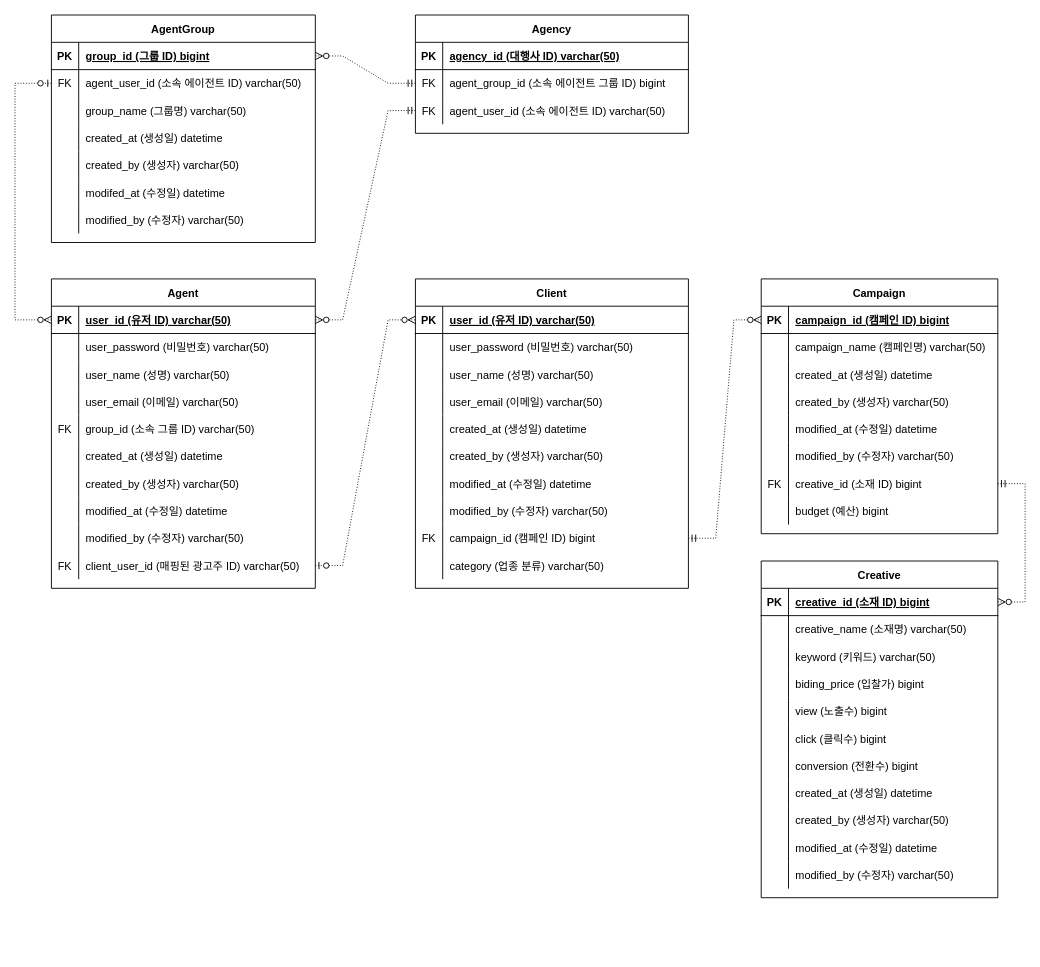
The draw.io diagram document/ERD.drawio in mrcocoball/cocoball-ad-platform-agency, before the edit. Source tidied: cells renumbered, new cells numbered last; positions are measured from the earlier drawing's top-left corner, leaving out a move shared by most shapes. Both pictures are drawn from the tidied source at 91%, with x=0, y=0 at pixel (-340, 15).
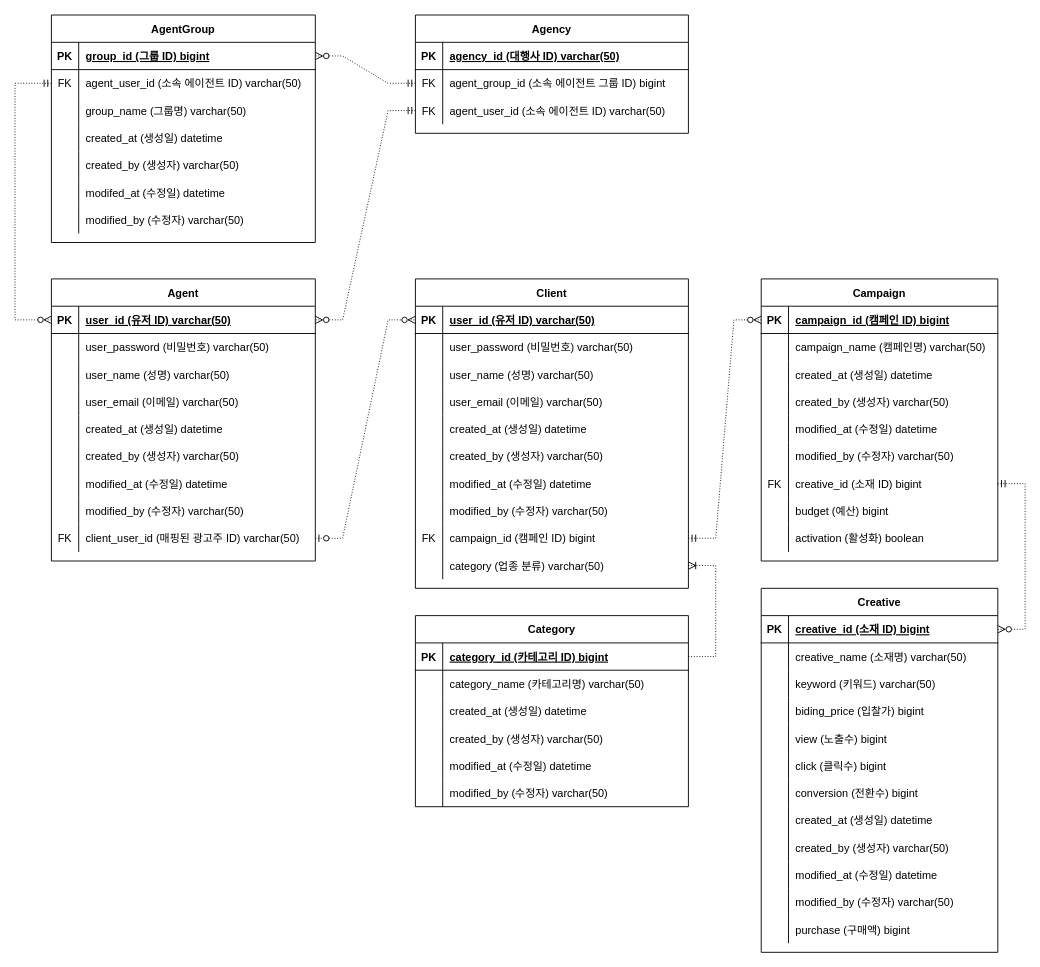
The same page after the edit.

The change refers to these unchanged cells:
```xml
<mxCell id="3" style="shape=tableRow;horizontal=0;startSize=0;swimlaneHead=0;swimlaneBody=0;fillColor=none;points=[[0,0.5],[1,0.5]];portConstraint=eastwest;top=0;left=0;right=0;bottom=1;" parent="2" vertex="1">
  <mxGeometry y="30" width="290" height="30" as="geometry" />
</mxCell>
<mxCell id="37" style="shape=tableRow;horizontal=0;startSize=0;swimlaneHead=0;swimlaneBody=0;fillColor=none;points=[[0,0.5],[1,0.5]];portConstraint=eastwest;top=0;left=0;right=0;bottom=0;" parent="33" vertex="1">
  <mxGeometry y="60" width="290" height="30" as="geometry" />
</mxCell>
<mxCell id="84" style="shape=tableRow;horizontal=0;startSize=0;swimlaneHead=0;swimlaneBody=0;fillColor=none;points=[[0,0.5],[1,0.5]];portConstraint=eastwest;top=0;left=0;right=0;bottom=0;" parent="56" vertex="1">
  <mxGeometry y="300" width="300" height="30" as="geometry" />
</mxCell>
```

Change to the diagram source:
```diff
@@
     <mxCell id="2" value="Agent" style="shape=table;startSize=30;childLayout=tableLayout;rowLines=0;fontStyle=1;align=center;" parent="1" vertex="1">
-      <mxGeometry x="430" y="290" width="290" height="340" as="geometry" />
+      <mxGeometry x="430" y="290" width="290" height="310" as="geometry" />
     </mxCell>
@@
-    <mxCell id="15" style="shape=tableRow;horizontal=0;startSize=0;swimlaneHead=0;swimlaneBody=0;fillColor=none;top=0;left=0;right=0;bottom=0;" parent="2" vertex="1">
-      <mxGeometry y="150" width="290" height="30" as="geometry" />
-    </mxCell>
-    <mxCell id="16" value="FK" style="shape=partialRectangle;fillColor=none;top=0;left=0;bottom=0;right=0;overflow=hidden;" parent="15" vertex="1">
-      <mxGeometry width="30" height="30" as="geometry" />
-    </mxCell>
-    <mxCell id="17" value="group_id (소속 그룹 ID) varchar(50)" style="shape=partialRectangle;fillColor=none;top=0;left=0;bottom=0;right=0;align=left;spacingLeft=6;overflow=hidden;" parent="15" vertex="1">
-      <mxGeometry x="30" width="260" height="30" as="geometry" />
-    </mxCell>
     <mxCell id="18" style="shape=tableRow;horizontal=0;startSize=0;swimlaneHead=0;swimlaneBody=0;fillColor=none;top=0;left=0;right=0;bottom=0;" parent="2" vertex="1">
-      <mxGeometry y="180" width="290" height="30" as="geometry" />
+      <mxGeometry y="150" width="290" height="30" as="geometry" />
     </mxCell>
@@
     <mxCell id="21" style="shape=tableRow;horizontal=0;startSize=0;swimlaneHead=0;swimlaneBody=0;fillColor=none;top=0;left=0;right=0;bottom=0;" parent="2" vertex="1">
-      <mxGeometry y="210" width="290" height="30" as="geometry" />
+      <mxGeometry y="180" width="290" height="30" as="geometry" />
     </mxCell>
@@
     <mxCell id="24" style="shape=tableRow;horizontal=0;startSize=0;swimlaneHead=0;swimlaneBody=0;fillColor=none;top=0;left=0;right=0;bottom=0;" parent="2" vertex="1">
-      <mxGeometry y="240" width="290" height="30" as="geometry" />
+      <mxGeometry y="210" width="290" height="30" as="geometry" />
     </mxCell>
@@
     <mxCell id="27" style="shape=tableRow;horizontal=0;startSize=0;swimlaneHead=0;swimlaneBody=0;fillColor=none;top=0;left=0;right=0;bottom=0;" parent="2" vertex="1">
-      <mxGeometry y="270" width="290" height="30" as="geometry" />
+      <mxGeometry y="240" width="290" height="30" as="geometry" />
     </mxCell>
@@
     <mxCell id="30" style="shape=tableRow;horizontal=0;startSize=0;swimlaneHead=0;swimlaneBody=0;fillColor=none;points=[[0,0.5],[1,0.5]];portConstraint=eastwest;top=0;left=0;right=0;bottom=0;" parent="2" vertex="1">
-      <mxGeometry y="300" width="290" height="30" as="geometry" />
+      <mxGeometry y="270" width="290" height="30" as="geometry" />
     </mxCell>
@@
-    <mxCell id="55" style="edgeStyle=elbowEdgeStyle;fontSize=12;html=1;endArrow=ERzeroToMany;startArrow=ERzeroToOne;rounded=0;entryX=0;entryY=0.5;entryDx=0;entryDy=0;dashed=1;dashPattern=1 2;exitX=0;exitY=0.5;exitDx=0;exitDy=0;" parent="1" edge="1" source="37" target="3">
+    <mxCell id="55" style="edgeStyle=elbowEdgeStyle;fontSize=12;html=1;endArrow=ERzeroToMany;startArrow=ERmandOne;rounded=0;entryX=0;entryY=0.5;entryDx=0;entryDy=0;dashed=1;dashPattern=1 2;exitX=0;exitY=0.5;exitDx=0;exitDy=0;startFill=0;" parent="1" edge="1" source="37" target="3">
       <mxGeometry relative="1" as="geometry">
         <Array as="points">
           <mxPoint x="390" y="200" />
           <mxPoint x="300" y="220" />
           <mxPoint x="240" y="150" />
           <mxPoint y="220" />
         </Array>
       </mxGeometry>
     </mxCell>
@@
     <mxCell id="100" value="Campaign" style="shape=table;startSize=30;childLayout=tableLayout;rowLines=0;fontStyle=1;align=center;" parent="1" vertex="1">
-      <mxGeometry x="1210" y="290" width="260" height="280" as="geometry" />
+      <mxGeometry x="1210" y="290" width="260" height="310" as="geometry" />
     </mxCell>
@@
+    <mxCell id="161" style="shape=tableRow;horizontal=0;startSize=0;swimlaneHead=0;swimlaneBody=0;fillColor=none;top=0;left=0;right=0;bottom=0;" parent="100" vertex="1">
+      <mxGeometry y="270" width="260" height="30" as="geometry" />
+    </mxCell>
+    <mxCell id="162" style="shape=partialRectangle;fillColor=none;top=0;left=0;bottom=0;right=0;overflow=hidden;" parent="161" vertex="1">
+      <mxGeometry width="30" height="30" as="geometry" />
+    </mxCell>
+    <mxCell id="163" value="activation (활성화) boolean" style="shape=partialRectangle;fillColor=none;top=0;left=0;bottom=0;right=0;align=left;spacingLeft=6;overflow=hidden;" parent="161" vertex="1">
+      <mxGeometry x="30" width="230" height="30" as="geometry" />
+    </mxCell>
@@
     <mxCell id="126" value="Creative" style="shape=table;startSize=30;childLayout=tableLayout;rowLines=0;fontStyle=1;align=center;" parent="1" vertex="1">
-      <mxGeometry x="1210" y="600" width="260" height="370" as="geometry" />
+      <mxGeometry x="1210" y="630" width="260" height="400" as="geometry" />
     </mxCell>
@@
+    <mxCell id="164" style="shape=tableRow;horizontal=0;startSize=0;swimlaneHead=0;swimlaneBody=0;fillColor=none;top=0;left=0;right=0;bottom=0;" parent="126" vertex="1">
+      <mxGeometry y="360" width="260" height="30" as="geometry" />
+    </mxCell>
+    <mxCell id="165" style="shape=partialRectangle;fillColor=none;top=0;left=0;bottom=0;right=0;overflow=hidden;" parent="164" vertex="1">
+      <mxGeometry width="30" height="30" as="geometry" />
+    </mxCell>
+    <mxCell id="166" value="purchase (구매액) bigint" style="shape=partialRectangle;fillColor=none;top=0;left=0;bottom=0;right=0;align=left;spacingLeft=6;overflow=hidden;" parent="164" vertex="1">
+      <mxGeometry x="30" width="230" height="30" as="geometry" />
+    </mxCell>
@@
+    <mxCell id="167" value="Category" style="shape=table;startSize=30;childLayout=tableLayout;rowLines=0;fontStyle=1;align=center;" parent="1" vertex="1">
+      <mxGeometry x="830" y="660" width="300" height="210" as="geometry" />
+    </mxCell>
+    <mxCell id="168" style="shape=tableRow;horizontal=0;startSize=0;swimlaneHead=0;swimlaneBody=0;fillColor=none;points=[[0,0.5],[1,0.5]];portConstraint=eastwest;top=0;left=0;right=0;bottom=1;" parent="167" vertex="1">
+      <mxGeometry y="30" width="300" height="30" as="geometry" />
+    </mxCell>
+    <mxCell id="169" value="PK" style="shape=partialRectangle;fillColor=none;top=0;left=0;bottom=0;right=0;fontStyle=1;overflow=hidden;" parent="168" vertex="1">
+      <mxGeometry width="30" height="30" as="geometry" />
+    </mxCell>
+    <mxCell id="170" value="category_id (카테고리 ID) bigint" style="shape=partialRectangle;fillColor=none;top=0;left=0;bottom=0;right=0;align=left;spacingLeft=6;fontStyle=5;overflow=hidden;" parent="168" vertex="1">
+      <mxGeometry x="30" width="270" height="30" as="geometry" />
+    </mxCell>
+    <mxCell id="171" style="shape=tableRow;horizontal=0;startSize=0;swimlaneHead=0;swimlaneBody=0;fillColor=none;top=0;left=0;right=0;bottom=0;" parent="167" vertex="1">
+      <mxGeometry y="60" width="300" height="30" as="geometry" />
+    </mxCell>
+    <mxCell id="172" style="shape=partialRectangle;fillColor=none;top=0;left=0;bottom=0;right=0;overflow=hidden;" parent="171" vertex="1">
+      <mxGeometry width="30" height="30" as="geometry" />
+    </mxCell>
+    <mxCell id="173" value="category_name (카테고리명) varchar(50)" style="shape=partialRectangle;fillColor=none;top=0;left=0;bottom=0;right=0;align=left;spacingLeft=6;overflow=hidden;" parent="171" vertex="1">
+      <mxGeometry x="30" width="270" height="30" as="geometry" />
+    </mxCell>
+    <mxCell id="174" style="shape=tableRow;horizontal=0;startSize=0;swimlaneHead=0;swimlaneBody=0;fillColor=none;top=0;left=0;right=0;bottom=0;" parent="167" vertex="1">
+      <mxGeometry y="90" width="300" height="30" as="geometry" />
+    </mxCell>
+    <mxCell id="175" style="shape=partialRectangle;fillColor=none;top=0;left=0;bottom=0;right=0;overflow=hidden;" parent="174" vertex="1">
+      <mxGeometry width="30" height="30" as="geometry" />
+    </mxCell>
+    <mxCell id="176" value="created_at (생성일) datetime" style="shape=partialRectangle;fillColor=none;top=0;left=0;bottom=0;right=0;align=left;spacingLeft=6;overflow=hidden;" parent="174" vertex="1">
+      <mxGeometry x="30" width="270" height="30" as="geometry" />
+    </mxCell>
+    <mxCell id="177" style="shape=tableRow;horizontal=0;startSize=0;swimlaneHead=0;swimlaneBody=0;fillColor=none;top=0;left=0;right=0;bottom=0;" parent="167" vertex="1">
+      <mxGeometry y="120" width="300" height="30" as="geometry" />
+    </mxCell>
+    <mxCell id="178" style="shape=partialRectangle;fillColor=none;top=0;left=0;bottom=0;right=0;overflow=hidden;" parent="177" vertex="1">
+      <mxGeometry width="30" height="30" as="geometry" />
+    </mxCell>
+    <mxCell id="179" value="created_by (생성자) varchar(50)" style="shape=partialRectangle;fillColor=none;top=0;left=0;bottom=0;right=0;align=left;spacingLeft=6;overflow=hidden;" parent="177" vertex="1">
+      <mxGeometry x="30" width="270" height="30" as="geometry" />
+    </mxCell>
+    <mxCell id="180" style="shape=tableRow;horizontal=0;startSize=0;swimlaneHead=0;swimlaneBody=0;fillColor=none;top=0;left=0;right=0;bottom=0;" parent="167" vertex="1">
+      <mxGeometry y="150" width="300" height="30" as="geometry" />
+    </mxCell>
+    <mxCell id="181" style="shape=partialRectangle;fillColor=none;top=0;left=0;bottom=0;right=0;overflow=hidden;" parent="180" vertex="1">
+      <mxGeometry width="30" height="30" as="geometry" />
+    </mxCell>
+    <mxCell id="182" value="modified_at (수정일) datetime" style="shape=partialRectangle;fillColor=none;top=0;left=0;bottom=0;right=0;align=left;spacingLeft=6;overflow=hidden;" parent="180" vertex="1">
+      <mxGeometry x="30" width="270" height="30" as="geometry" />
+    </mxCell>
+    <mxCell id="183" style="shape=tableRow;horizontal=0;startSize=0;swimlaneHead=0;swimlaneBody=0;fillColor=none;top=0;left=0;right=0;bottom=0;" parent="167" vertex="1">
+      <mxGeometry y="180" width="300" height="30" as="geometry" />
+    </mxCell>
+    <mxCell id="184" style="shape=partialRectangle;fillColor=none;top=0;left=0;bottom=0;right=0;overflow=hidden;" parent="183" vertex="1">
+      <mxGeometry width="30" height="30" as="geometry" />
+    </mxCell>
+    <mxCell id="185" value="modified_by (수정자) varchar(50)" style="shape=partialRectangle;fillColor=none;top=0;left=0;bottom=0;right=0;align=left;spacingLeft=6;overflow=hidden;" parent="183" vertex="1">
+      <mxGeometry x="30" width="270" height="30" as="geometry" />
+    </mxCell>
+    <mxCell id="186" style="edgeStyle=entityRelationEdgeStyle;fontSize=12;html=1;endArrow=ERoneToMany;rounded=0;dashed=1;dashPattern=1 2;exitX=1;exitY=0.5;exitDx=0;exitDy=0;entryX=1;entryY=0.5;entryDx=0;entryDy=0;" parent="1" edge="1" source="168" target="84">
+      <mxGeometry relative="1" as="geometry" />
+    </mxCell>
```
